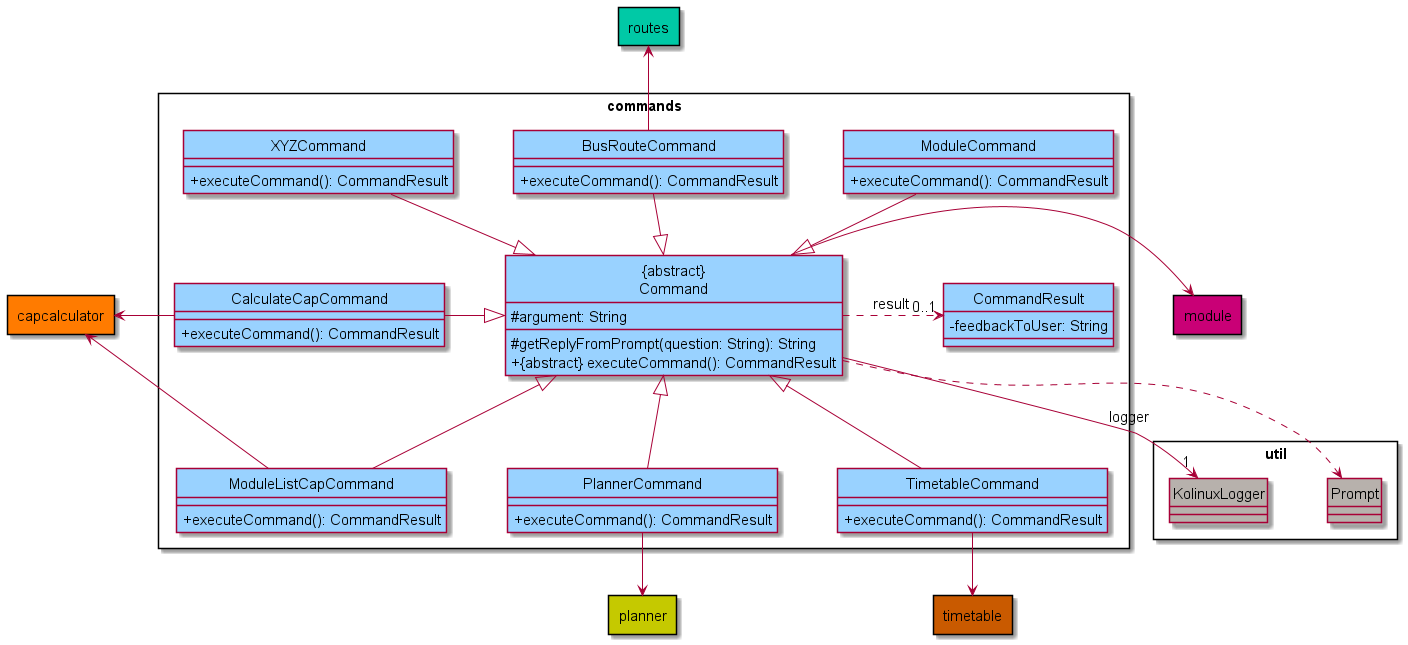
Above: docs/assets/images/CommandsClassDiagram.png in shyamgj1900/tp (PlantUML), before the change.
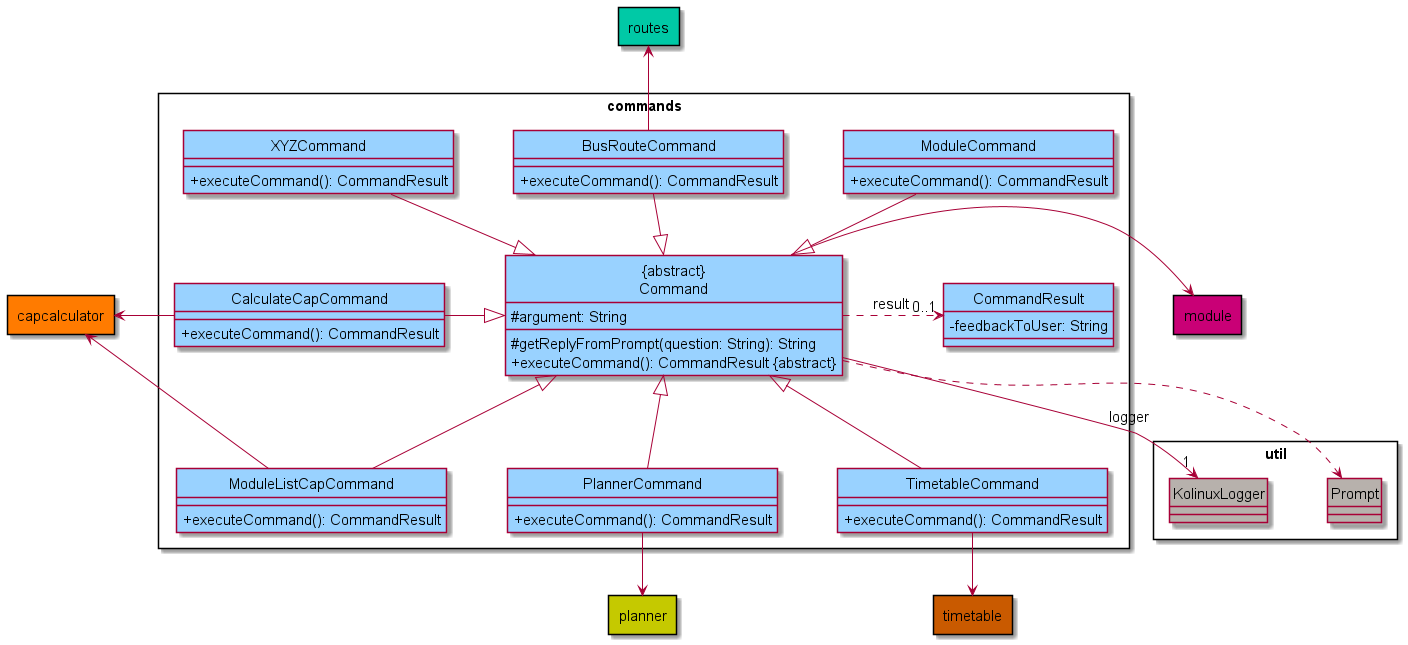
Above is the later version.

Diff of the diagram source:
```diff
@@ -39,7 +39,7 @@
 class "ABSTRACT\nCommand" COMMANDS_COLOR {
     # argument: String
     # getReplyFromPrompt(question: String): String
-    + ABSTRACT executeCommand(): CommandResult
+    + executeCommand(): CommandResult ABSTRACT
 }
 
 class CommandResult COMMANDS_COLOR {
```
